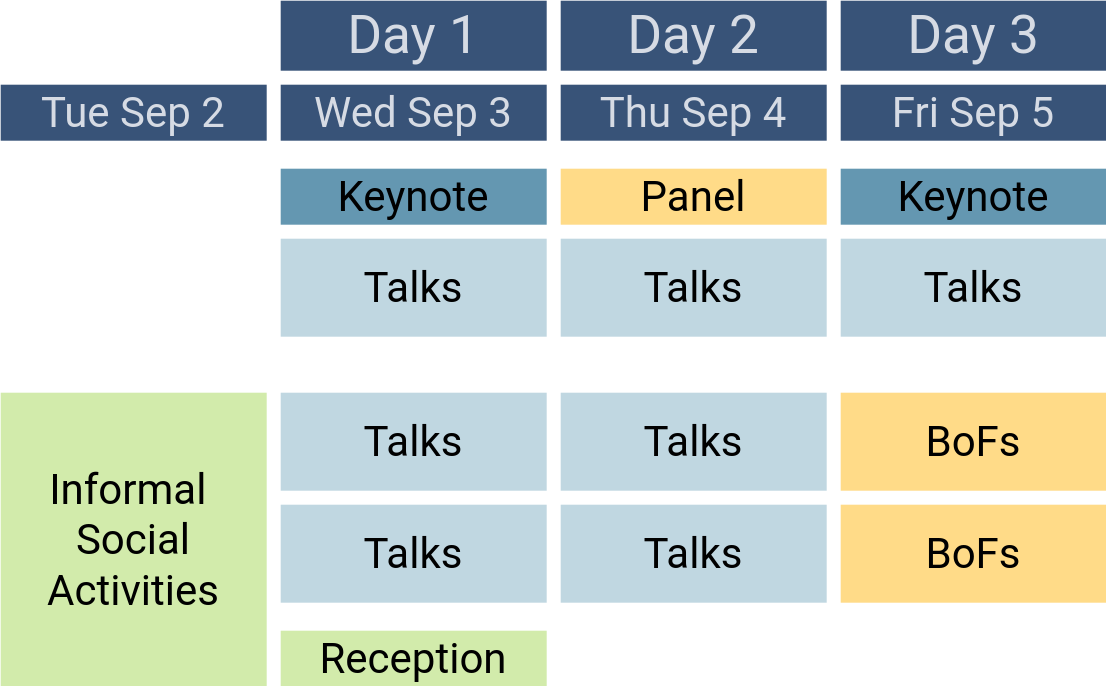
Before: images/summit/program-at-a-glance-2025.drawio.svg, a diagram exported from draw.io (seL4/website). Source tidied: cells renumbered, new cells last; positions are measured from the earlier drawing's top-left corner, leaving out a move shared by most shapes.
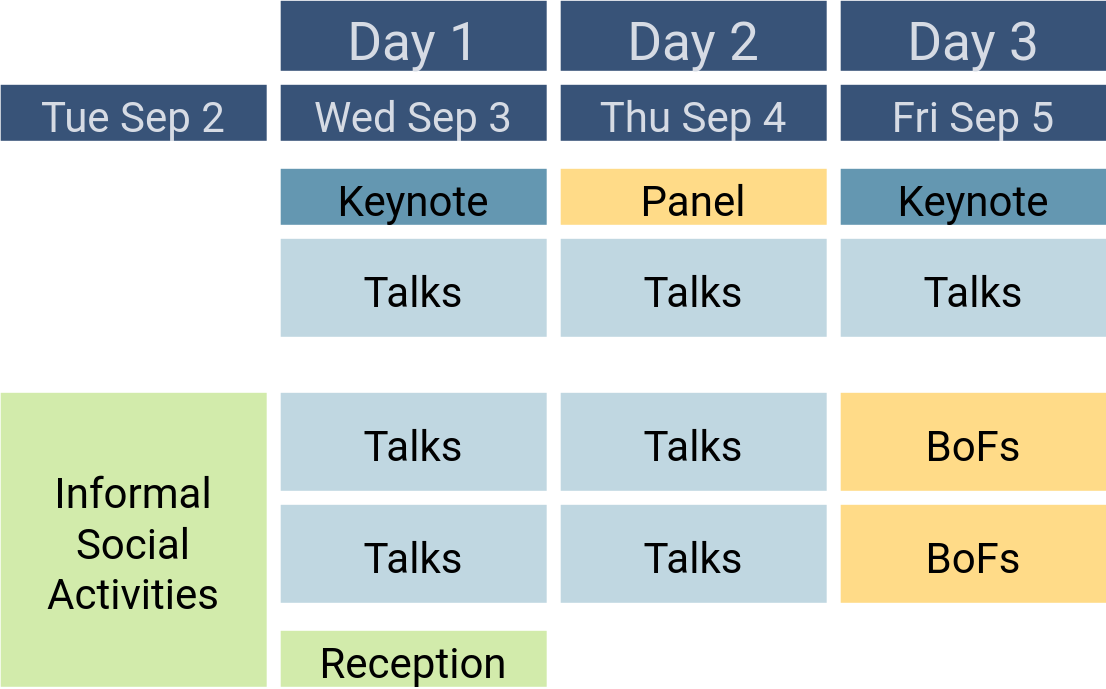
The same file after the commit.

Commit message:
fix program-at-a-glance backgnd

Diff of the diagram source:
```diff
@@ -2,67 +2,67 @@
   <root>
     <mxCell id="0" />
     <mxCell id="1" parent="0" />
-    <mxCell id="2" value="Keynote" style="rounded=0;whiteSpace=wrap;html=1;fillColor=light-dark(#6497B1,#447995);fontFamily=roboto;fontStyle=0;fontSize=30;strokeColor=none;" parent="1" vertex="1">
+    <mxCell id="2" value="Keynote" style="rounded=0;fillColor=light-dark(#6497B1,#447995);fontFamily=roboto;fontStyle=0;fontSize=30;strokeColor=none;" parent="1" vertex="1">
       <mxGeometry x="200" y="120" width="190" height="40" as="geometry" />
     </mxCell>
-    <mxCell id="3" value="Talks" style="rounded=0;whiteSpace=wrap;html=1;fillColor=light-dark(#C0D7E1,#94BBCC);fontFamily=roboto;fontStyle=0;fontSize=30;strokeColor=none;" parent="1" vertex="1">
+    <mxCell id="3" value="Talks" style="rounded=0;fillColor=light-dark(#C0D7E1,#94BBCC);fontFamily=roboto;fontStyle=0;fontSize=30;strokeColor=none;" parent="1" vertex="1">
       <mxGeometry x="200" y="170" width="190" height="70" as="geometry" />
     </mxCell>
-    <mxCell id="4" value="Panel" style="rounded=0;whiteSpace=wrap;html=1;fillColor=light-dark(#FFDB88,#FFCA5F);fontFamily=roboto;fontStyle=0;fontSize=30;strokeColor=none;" parent="1" vertex="1">
+    <mxCell id="4" value="Panel" style="rounded=0;fillColor=light-dark(#FFDB88,#FFCA5F);fontFamily=roboto;fontStyle=0;fontSize=30;strokeColor=none;" parent="1" vertex="1">
       <mxGeometry x="400" y="120" width="190" height="40" as="geometry" />
     </mxCell>
-    <mxCell id="5" value="Talks" style="rounded=0;whiteSpace=wrap;html=1;fillColor=light-dark(#C0D7E1,#94BBCC);fontFamily=roboto;fontStyle=0;fontSize=30;strokeColor=none;" parent="1" vertex="1">
+    <mxCell id="5" value="Talks" style="rounded=0;fillColor=light-dark(#C0D7E1,#94BBCC);fontFamily=roboto;fontStyle=0;fontSize=30;strokeColor=none;" parent="1" vertex="1">
       <mxGeometry x="200" y="280" width="190" height="70" as="geometry" />
     </mxCell>
-    <mxCell id="6" value="Talks" style="rounded=0;whiteSpace=wrap;html=1;fillColor=light-dark(#C0D7E1,#94BBCC);fontFamily=roboto;fontStyle=0;fontSize=30;strokeColor=none;" parent="1" vertex="1">
+    <mxCell id="6" value="Talks" style="rounded=0;fillColor=light-dark(#C0D7E1,#94BBCC);fontFamily=roboto;fontStyle=0;fontSize=30;strokeColor=none;" parent="1" vertex="1">
       <mxGeometry x="200" y="360" width="190" height="70" as="geometry" />
     </mxCell>
-    <mxCell id="7" value="Reception" style="rounded=0;whiteSpace=wrap;html=1;fillColor=light-dark(#D2EBAB,#96CA50);fontFamily=roboto;fontStyle=0;fontSize=30;strokeColor=none;" parent="1" vertex="1">
+    <mxCell id="7" value="Reception" style="rounded=0;fillColor=light-dark(#D2EBAB,#96CA50);fontFamily=roboto;fontStyle=0;fontSize=30;strokeColor=none;" parent="1" vertex="1">
       <mxGeometry x="200" y="450" width="190" height="40" as="geometry" />
     </mxCell>
-    <mxCell id="8" value="Talks" style="rounded=0;whiteSpace=wrap;html=1;fillColor=light-dark(#C0D7E1,#94BBCC);fontFamily=roboto;fontStyle=0;fontSize=30;strokeColor=none;" parent="1" vertex="1">
+    <mxCell id="8" value="Talks" style="rounded=0;fillColor=light-dark(#C0D7E1,#94BBCC);fontFamily=roboto;fontStyle=0;fontSize=30;strokeColor=none;" parent="1" vertex="1">
       <mxGeometry x="400" y="280" width="190" height="70" as="geometry" />
     </mxCell>
-    <mxCell id="9" value="Talks" style="rounded=0;whiteSpace=wrap;html=1;fillColor=light-dark(#C0D7E1,#94BBCC);fontFamily=roboto;fontStyle=0;fontSize=30;strokeColor=none;" parent="1" vertex="1">
+    <mxCell id="9" value="Talks" style="rounded=0;fillColor=light-dark(#C0D7E1,#94BBCC);fontFamily=roboto;fontStyle=0;fontSize=30;strokeColor=none;" parent="1" vertex="1">
       <mxGeometry x="400" y="360" width="190" height="70" as="geometry" />
     </mxCell>
-    <mxCell id="10" value="Talks" style="rounded=0;whiteSpace=wrap;html=1;fillColor=light-dark(#C0D7E1,#94BBCC);fontFamily=roboto;fontStyle=0;fontSize=30;strokeColor=none;" parent="1" vertex="1">
+    <mxCell id="10" value="Talks" style="rounded=0;fillColor=light-dark(#C0D7E1,#94BBCC);fontFamily=roboto;fontStyle=0;fontSize=30;strokeColor=none;" parent="1" vertex="1">
       <mxGeometry x="400" y="170" width="190" height="70" as="geometry" />
     </mxCell>
-    <mxCell id="11" value="Talks" style="rounded=0;whiteSpace=wrap;html=1;fillColor=light-dark(#C0D7E1,#94BBCC);fontFamily=roboto;fontStyle=0;fontSize=30;strokeColor=none;" parent="1" vertex="1">
+    <mxCell id="11" value="Talks" style="rounded=0;fillColor=light-dark(#C0D7E1,#94BBCC);fontFamily=roboto;fontStyle=0;fontSize=30;strokeColor=none;" parent="1" vertex="1">
       <mxGeometry x="600" y="170" width="190" height="70" as="geometry" />
     </mxCell>
-    <mxCell id="12" value="BoFs" style="rounded=0;whiteSpace=wrap;html=1;fillColor=light-dark(#FFDB88,#FFCA5F);fontFamily=roboto;fontStyle=0;fontSize=30;strokeColor=none;" parent="1" vertex="1">
+    <mxCell id="12" value="BoFs" style="rounded=0;fillColor=light-dark(#FFDB88,#FFCA5F);fontFamily=roboto;fontStyle=0;fontSize=30;strokeColor=none;" parent="1" vertex="1">
       <mxGeometry x="600" y="280" width="190" height="70" as="geometry" />
     </mxCell>
-    <mxCell id="13" value="BoFs" style="rounded=0;whiteSpace=wrap;html=1;fillColor=light-dark(#FFDB88,#FFCA5F);fontFamily=roboto;fontStyle=0;fontSize=30;strokeColor=none;" parent="1" vertex="1">
+    <mxCell id="13" value="BoFs" style="rounded=0;fillColor=light-dark(#FFDB88,#FFCA5F);fontFamily=roboto;fontStyle=0;fontSize=30;strokeColor=none;" parent="1" vertex="1">
       <mxGeometry x="600" y="360" width="190" height="70" as="geometry" />
     </mxCell>
-    <mxCell id="14" value="&lt;div&gt;Wed Sep 3&lt;/div&gt;" style="rounded=0;whiteSpace=wrap;html=1;fillColor=light-dark(#385378,#385378);fontFamily=roboto;fontStyle=0;fontSize=30;fontColor=light-dark(#d6dbe4, #ededed);strokeColor=none;" parent="1" vertex="1">
+    <mxCell id="14" value="Wed Sep 3" style="rounded=0;fillColor=light-dark(#385378,#385378);fontFamily=roboto;fontStyle=0;fontSize=30;fontColor=light-dark(#d6dbe4, #ededed);strokeColor=none;" parent="1" vertex="1">
       <mxGeometry x="200" y="60" width="190" height="40" as="geometry" />
     </mxCell>
-    <mxCell id="15" value="&lt;div&gt;Tue Sep 2&lt;/div&gt;" style="rounded=0;whiteSpace=wrap;html=1;fillColor=light-dark(#385378,#385378);fontFamily=roboto;fontStyle=0;fontSize=30;fontColor=light-dark(#d6dbe4, #ededed);strokeColor=none;" parent="1" vertex="1">
+    <mxCell id="15" value="Tue Sep 2" style="rounded=0;fillColor=light-dark(#385378,#385378);fontFamily=roboto;fontStyle=0;fontSize=30;fontColor=light-dark(#d6dbe4, #ededed);strokeColor=none;" parent="1" vertex="1">
       <mxGeometry y="60" width="190" height="40" as="geometry" />
     </mxCell>
-    <mxCell id="16" value="&lt;div&gt;Thu Sep 4&lt;/div&gt;" style="rounded=0;whiteSpace=wrap;html=1;fillColor=light-dark(#385378,#385378);fontFamily=roboto;fontStyle=0;fontSize=30;fontColor=light-dark(#d6dbe4, #ededed);strokeColor=none;" parent="1" vertex="1">
+    <mxCell id="16" value="Thu Sep 4" style="rounded=0;fillColor=light-dark(#385378,#385378);fontFamily=roboto;fontStyle=0;fontSize=30;fontColor=light-dark(#d6dbe4, #ededed);strokeColor=none;" parent="1" vertex="1">
       <mxGeometry x="400" y="60" width="190" height="40" as="geometry" />
     </mxCell>
-    <mxCell id="17" value="&lt;div&gt;Fri Sep 5&lt;/div&gt;" style="rounded=0;whiteSpace=wrap;html=1;fillColor=light-dark(#385378,#385378);fontFamily=roboto;fontStyle=0;fontSize=30;fontColor=light-dark(#d6dbe4, #ededed);strokeColor=none;" parent="1" vertex="1">
+    <mxCell id="17" value="Fri Sep 5" style="rounded=0;fillColor=light-dark(#385378,#385378);fontFamily=roboto;fontStyle=0;fontSize=30;fontColor=light-dark(#d6dbe4, #ededed);strokeColor=none;" parent="1" vertex="1">
       <mxGeometry x="600" y="60" width="190" height="40" as="geometry" />
     </mxCell>
-    <mxCell id="18" value="Informal&amp;nbsp;&lt;div&gt;Social Activities&lt;/div&gt;" style="rounded=0;whiteSpace=wrap;html=1;fillColor=light-dark(#D2EBAB,#96CA50);fontFamily=roboto;fontStyle=0;fontSize=30;strokeColor=none;" parent="1" vertex="1">
+    <mxCell id="18" value="Informal&#10;Social&#10;Activities" style="rounded=0;fillColor=light-dark(#D2EBAB,#96CA50);fontFamily=roboto;fontStyle=0;fontSize=30;strokeColor=none;" parent="1" vertex="1">
       <mxGeometry y="280" width="190" height="210" as="geometry" />
     </mxCell>
-    <mxCell id="19" value="Keynote" style="rounded=0;whiteSpace=wrap;html=1;fillColor=light-dark(#6497B1,#447995);fontFamily=roboto;fontStyle=0;fontSize=30;strokeColor=none;" parent="1" vertex="1">
+    <mxCell id="19" value="Keynote" style="rounded=0;fillColor=light-dark(#6497B1,#447995);fontFamily=roboto;fontStyle=0;fontSize=30;strokeColor=none;" parent="1" vertex="1">
       <mxGeometry x="600" y="120" width="190" height="40" as="geometry" />
     </mxCell>
-    <mxCell id="20" value="&lt;div&gt;&lt;font&gt;Day 1&lt;/font&gt;&lt;/div&gt;" style="rounded=0;whiteSpace=wrap;html=1;fillColor=light-dark(#385378,#385378);fontFamily=roboto;fontStyle=0;fontSize=38;fontColor=light-dark(#d6dbe4, #ededed);strokeColor=none;" parent="1" vertex="1">
+    <mxCell id="20" value="Day 1" style="rounded=0;fillColor=light-dark(#385378,#385378);fontFamily=roboto;fontStyle=0;fontSize=38;fontColor=light-dark(#d6dbe4, #ededed);strokeColor=none;" parent="1" vertex="1">
       <mxGeometry x="200" width="190" height="50" as="geometry" />
     </mxCell>
-    <mxCell id="21" value="&lt;div&gt;&lt;font&gt;Day 2&lt;/font&gt;&lt;/div&gt;" style="rounded=0;whiteSpace=wrap;html=1;fillColor=light-dark(#385378,#385378);fontFamily=roboto;fontStyle=0;fontSize=38;fontColor=light-dark(#d6dbe4, #ededed);strokeColor=none;" parent="1" vertex="1">
+    <mxCell id="21" value="Day 2" style="rounded=0;fillColor=light-dark(#385378,#385378);fontFamily=roboto;fontStyle=0;fontSize=38;fontColor=light-dark(#d6dbe4, #ededed);strokeColor=none;" parent="1" vertex="1">
       <mxGeometry x="400" width="190" height="50" as="geometry" />
     </mxCell>
-    <mxCell id="22" value="&lt;div&gt;&lt;font&gt;Day 3&lt;/font&gt;&lt;/div&gt;" style="rounded=0;whiteSpace=wrap;html=1;fillColor=light-dark(#385378,#385378);fontFamily=roboto;fontStyle=0;fontSize=38;fontColor=light-dark(#d6dbe4, #ededed);strokeColor=none;" parent="1" vertex="1">
+    <mxCell id="22" value="Day 3" style="rounded=0;fillColor=light-dark(#385378,#385378);fontFamily=roboto;fontStyle=0;fontSize=38;fontColor=light-dark(#d6dbe4, #ededed);strokeColor=none;" parent="1" vertex="1">
       <mxGeometry x="600" width="190" height="50" as="geometry" />
     </mxCell>
   </root>
```
